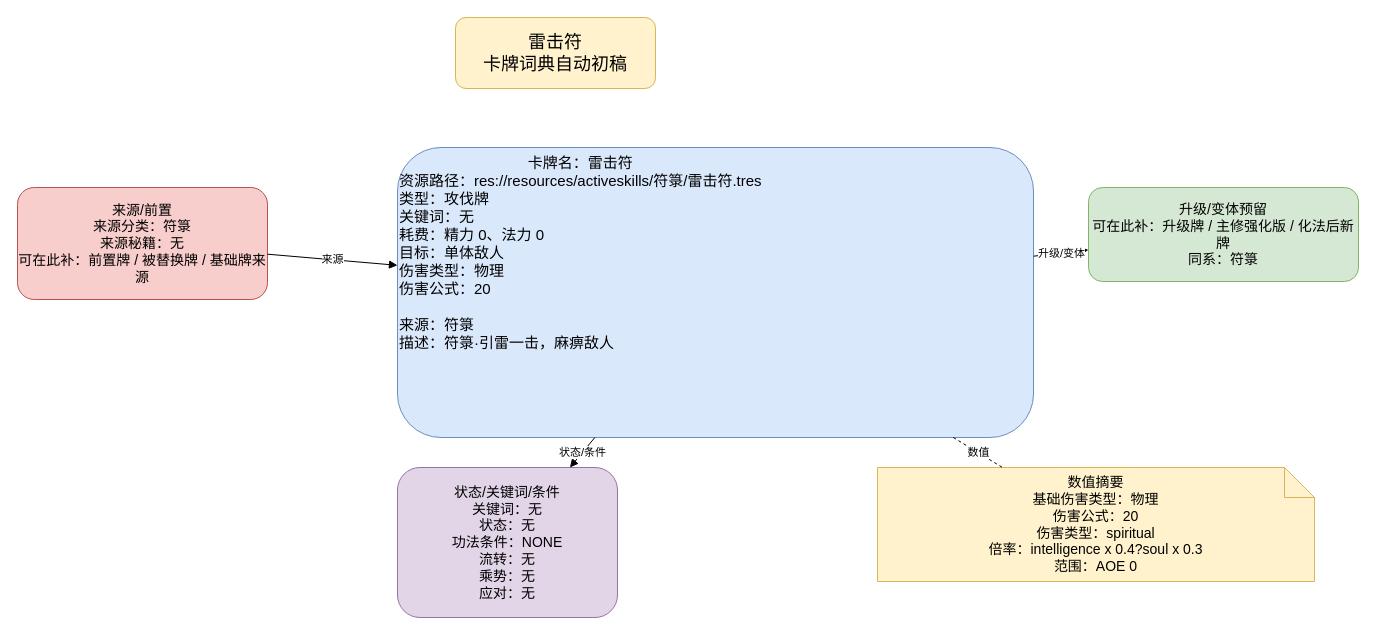
Above: docs/卡牌词典/符箓/雷击符.drawio in ankundanetracyc-spec/tian-guan-you-du (draw.io), before the change. Source tidied: cells renumbered, new cells numbered last; positions are measured from the earlier drawing's top-left corner, leaving out a move shared by most shapes. Both pictures are drawn from the tidied source at 100%, with x=0, y=0 at pixel (17, 17).
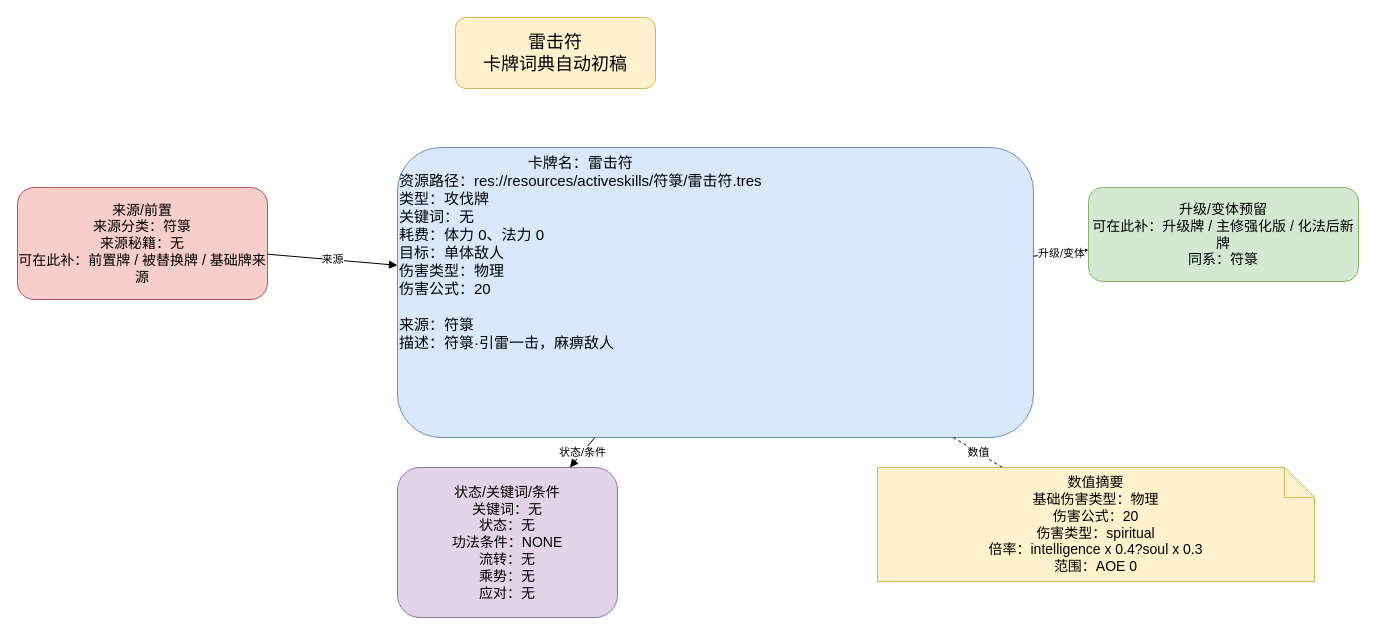
The same diagram, later.

What changed in the source:
```diff
@@
 <mxGraphModel>
   <root>
     <mxCell id="0" />
     <mxCell id="1" parent="0" />
     <mxCell id="2" value="雷击符&#10;卡牌词典自动初稿" style="rounded=1;whiteSpace=wrap;html=1;fillColor=#fff2cc;strokeColor=#d6b656;fontSize=18;" parent="1" vertex="1">
       <mxGeometry x="438" width="200" height="71" as="geometry" />
     </mxCell>
-    <mxCell id="3" value="&lt;div style=&quot;text-align:center;&quot;&gt;卡牌名：雷击符&lt;/div&gt;&lt;div style=&quot;text-align:left;&quot;&gt;资源路径：res://resources/activeskills/符箓/雷击符.tres&lt;br&gt;类型：攻伐牌&lt;br&gt;关键词：无&lt;br&gt;耗费：精力 0、法力 0&lt;br&gt;目标：单体敌人&lt;br&gt;伤害类型：物理&lt;br&gt;伤害公式：20&lt;/div&gt;&lt;br&gt;来源：符箓&lt;br&gt;描述：符箓·引雷一击，麻痹敌人" style="rounded=1;whiteSpace=wrap;html=1;fillColor=#dae8fc;strokeColor=#6c8ebf;fontSize=15;align=left;verticalAlign=top;" parent="1" vertex="1">
+    <mxCell id="3" value="&lt;div style=&quot;text-align:center;&quot;&gt;卡牌名：雷击符&lt;/div&gt;&lt;div style=&quot;text-align:left;&quot;&gt;资源路径：res://resources/activeskills/符箓/雷击符.tres&lt;br&gt;类型：攻伐牌&lt;br&gt;关键词：无&lt;br&gt;耗费：体力 0、法力 0&lt;br&gt;目标：单体敌人&lt;br&gt;伤害类型：物理&lt;br&gt;伤害公式：20&lt;/div&gt;&lt;br&gt;来源：符箓&lt;br&gt;描述：符箓·引雷一击，麻痹敌人" style="rounded=1;whiteSpace=wrap;html=1;fillColor=#dae8fc;strokeColor=#6c8ebf;fontSize=15;align=left;verticalAlign=top;" parent="1" vertex="1">
       <mxGeometry x="380" y="130" width="636" height="290" as="geometry" />
     </mxCell>
     <mxCell id="4" value="来源/前置&#10;来源分类：符箓&#10;来源秘籍：无&#10;可在此补：前置牌 / 被替换牌 / 基础牌来源" style="rounded=1;whiteSpace=wrap;html=1;fillColor=#f8cecc;strokeColor=#b85450;fontSize=14;" parent="1" vertex="1">
       <mxGeometry y="170" width="250" height="112" as="geometry" />
     </mxCell>
     <mxCell id="5" value="升级/变体预留&#10;可在此补：升级牌 / 主修强化版 / 化法后新牌&#10;同系：符箓" style="rounded=1;whiteSpace=wrap;html=1;fillColor=#d5e8d4;strokeColor=#82b366;fontSize=14;" parent="1" vertex="1">
       <mxGeometry x="1071" y="170" width="270" height="94" as="geometry" />
     </mxCell>
     <mxCell id="6" value="状态/关键词/条件&#10;关键词：无&#10;状态：无&#10;功法条件：NONE&#10;流转：无&#10;乘势：无&#10;应对：无" style="rounded=1;whiteSpace=wrap;html=1;fillColor=#e1d5e7;strokeColor=#9673a6;fontSize=14;" parent="1" vertex="1">
       <mxGeometry x="380" y="450" width="220" height="150" as="geometry" />
     </mxCell>
     <mxCell id="7" value="数值摘要&lt;br&gt;基础伤害类型：物理&lt;br&gt;伤害公式：20&lt;br&gt;伤害类型：spiritual&lt;br&gt;倍率：intelligence x 0.4?soul x 0.3&lt;br&gt;范围：AOE 0" style="shape=note;whiteSpace=wrap;html=1;fillColor=#fff2cc;strokeColor=#d6b656;fontSize=14;" parent="1" vertex="1">
       <mxGeometry x="860" y="450" width="437" height="114" as="geometry" />
     </mxCell>
     <mxCell id="8" value="来源" style="endArrow=block;html=1;rounded=0;" parent="1" edge="1" source="4" target="3">
       <mxGeometry relative="1" as="geometry" />
     </mxCell>
     <mxCell id="9" value="升级/变体" style="endArrow=block;html=1;rounded=0;" parent="1" edge="1" source="3" target="5">
       <mxGeometry relative="1" as="geometry" />
     </mxCell>
     <mxCell id="10" value="状态/条件" style="endArrow=block;html=1;rounded=0;" parent="1" edge="1" source="3" target="6">
       <mxGeometry relative="1" as="geometry" />
     </mxCell>
     <mxCell id="11" value="数值" style="endArrow=none;dashed=1;html=1;" parent="1" edge="1" source="3" target="7">
       <mxGeometry relative="1" as="geometry" />
     </mxCell>
   </root>
 </mxGraphModel>
```
